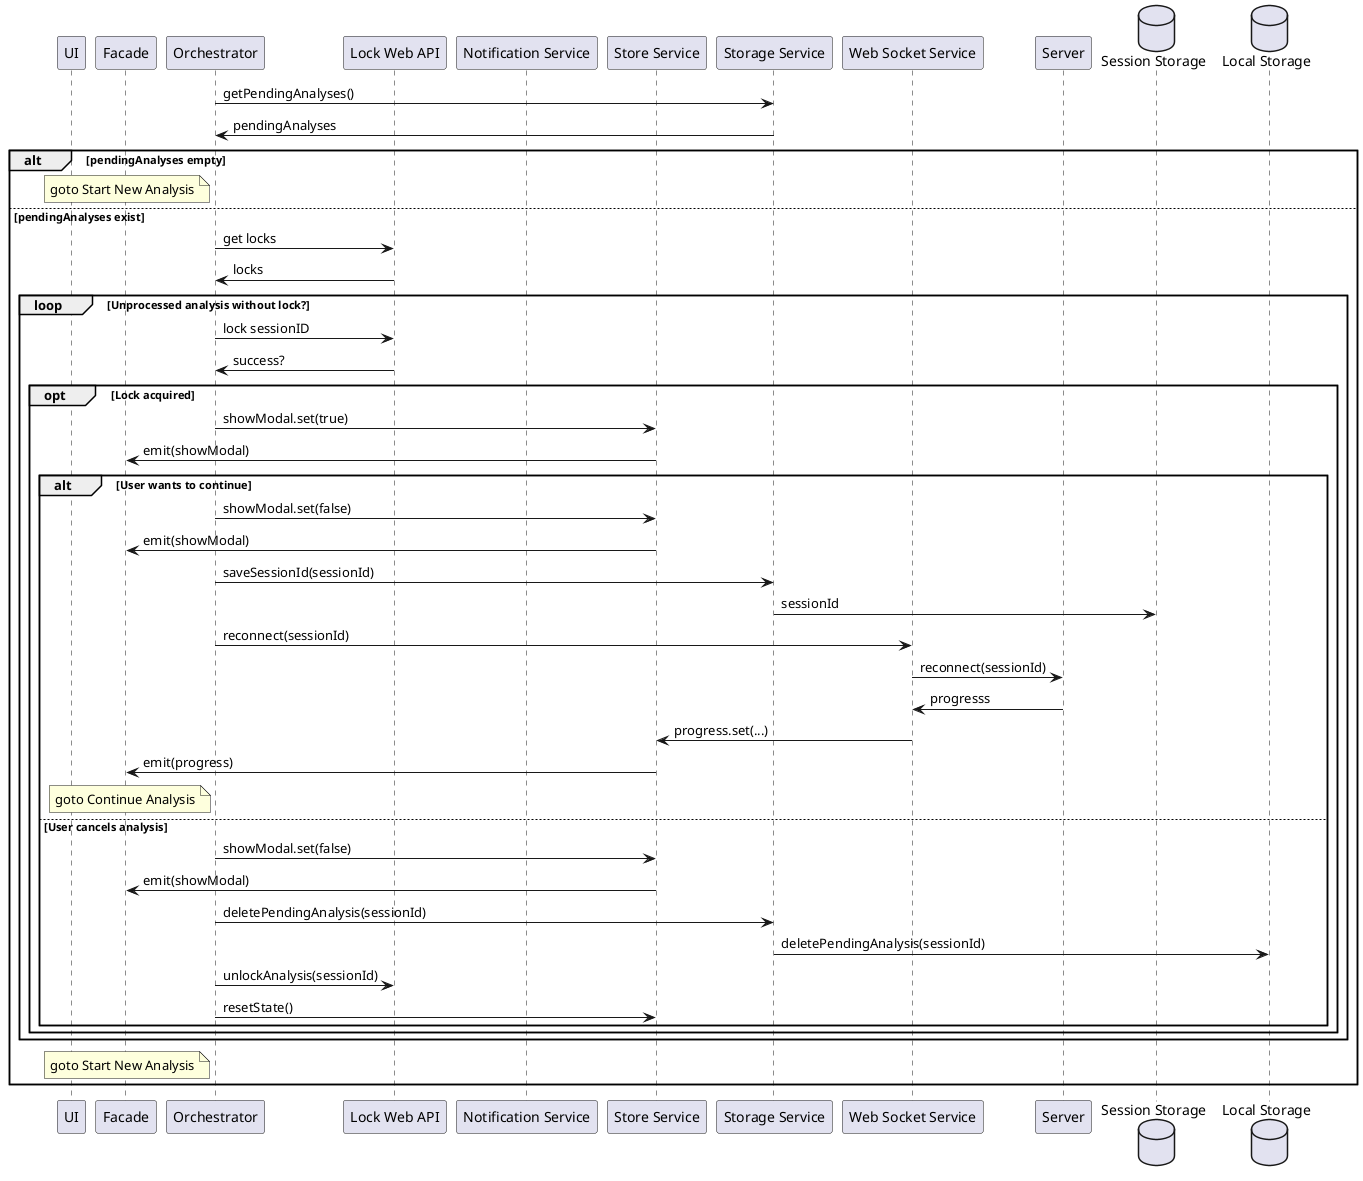
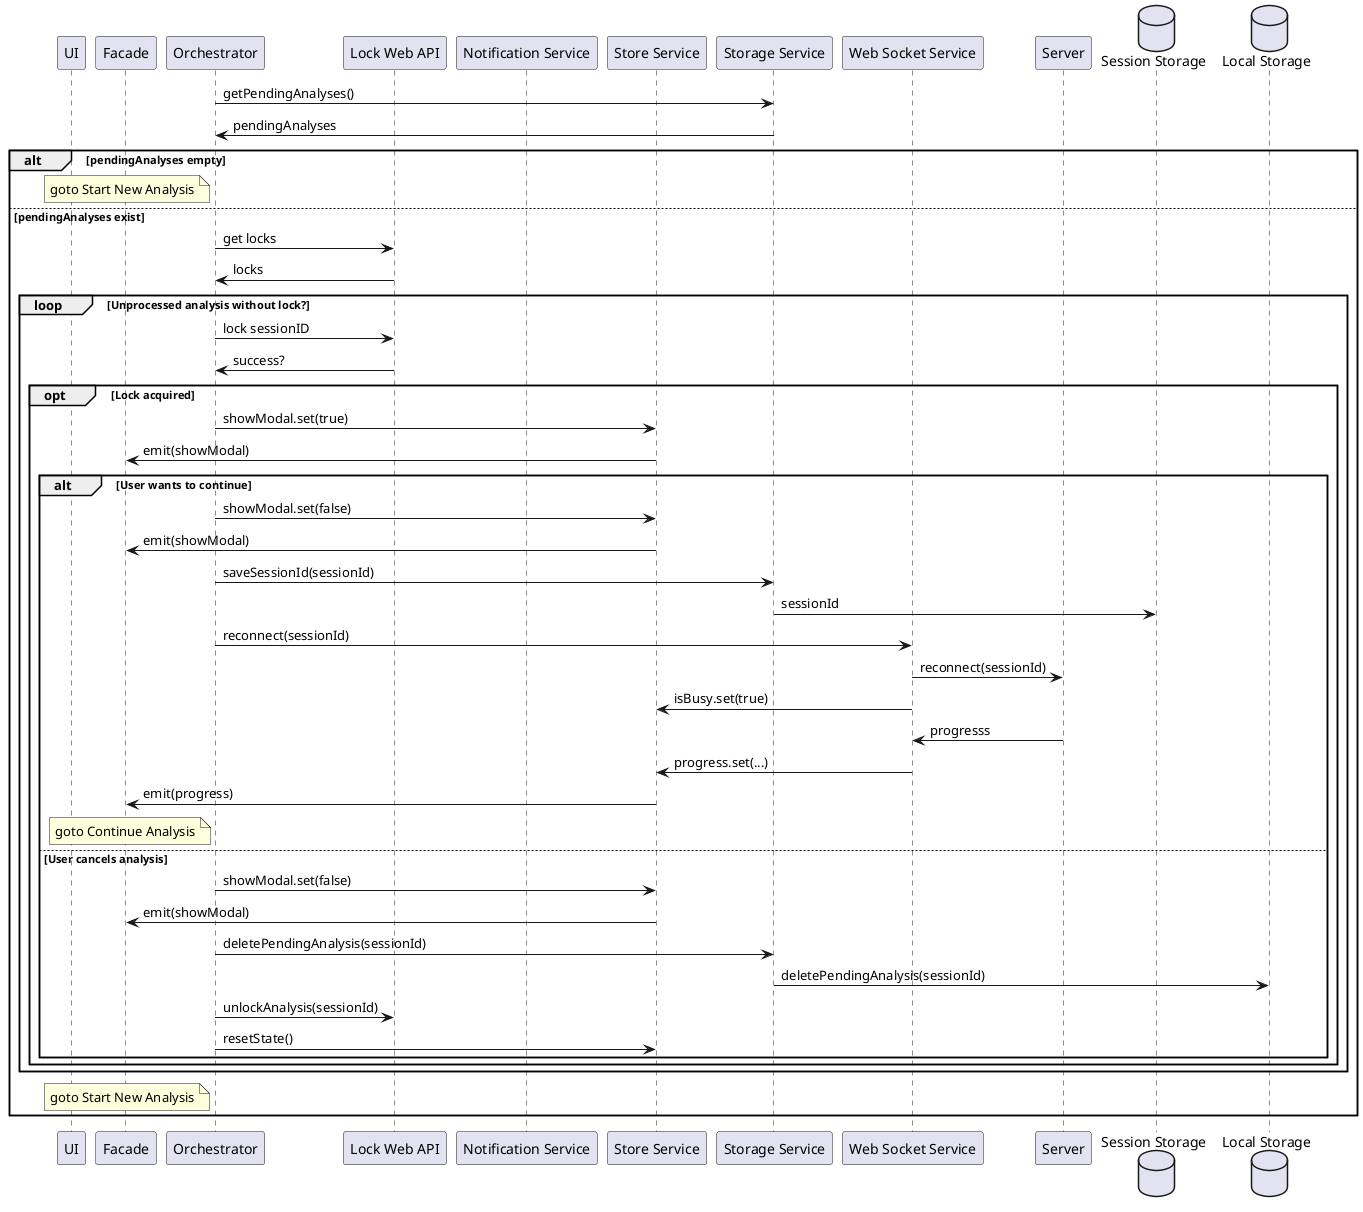
@startuml Try To Resume Analysis

participant "UI" as U
participant "Facade" as F
participant "Orchestrator" as O
participant "Lock Web API" as L
participant "Notification Service" as N
participant "Store Service" as ST
participant "Storage Service" as STG
participant "Web Socket Service" as WS
participant "Server" as SRV

database "Session Storage" as SS
database "Local Storage" as LS

O -> STG: getPendingAnalyses()
STG -> O: pendingAnalyses

alt pendingAnalyses empty
    note left of O: goto Start New Analysis

else pendingAnalyses exist
    O -> L: get locks
    L -> O: locks

    loop Unprocessed analysis without lock?
        O -> L: lock sessionID
        L -> O: success?

        opt Lock acquired
            O -> ST: showModal.set(true)
            ST -> F: emit(showModal)

            alt User wants to continue
                O -> ST: showModal.set(false)
                ST -> F: emit(showModal)
                O -> STG: saveSessionId(sessionId)
                STG -> SS: sessionId
                O -> WS: reconnect(sessionId)
                WS -> SRV: reconnect(sessionId)
+                 WS -> ST: isBusy.set(true)
                SRV -> WS: progresss
                WS -> ST: progress.set(...)
                ST -> F: emit(progress)
                note left of O: goto Continue Analysis

            else User cancels analysis
                O -> ST: showModal.set(false)
                ST -> F: emit(showModal)
                O -> STG: deletePendingAnalysis(sessionId)
                STG -> LS: deletePendingAnalysis(sessionId)
                O -> L: unlockAnalysis(sessionId)
                O -> ST: resetState()
            end
        end
    end

   note left of O: goto Start New Analysis
end

@enduml